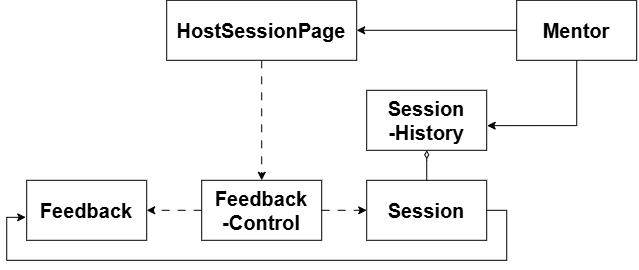
Above: docs/M4/assets/diagram/diagram-uc13.png in ladubiosacreatura/IF2150-RPL-K01-G09 (draw.io), before the change. Source tidied: cells renumbered, new cells last; positions are measured from the earlier drawing's top-left corner, leaving out a move shared by most shapes. Source of this version:
```xml
<mxGraphModel>
  <root>
    <mxCell id="0" />
    <mxCell id="1" parent="0" />
    <mxCell id="2" value="&lt;b&gt;&lt;font style=&quot;font-size: 20px;&quot;&gt;Session&lt;/font&gt;&lt;/b&gt;" style="rounded=0;whiteSpace=wrap;html=1;" parent="1" vertex="1">
      <mxGeometry x="360" y="180" width="120" height="60" as="geometry" />
    </mxCell>
    <mxCell id="3" style="edgeStyle=orthogonalEdgeStyle;rounded=0;jettySize=auto;html=1;" parent="1" edge="1" source="5" target="13">
      <mxGeometry relative="1" as="geometry" />
    </mxCell>
    <mxCell id="4" style="edgeStyle=orthogonalEdgeStyle;rounded=0;jettySize=auto;html=1;entryX=1.004;entryY=0.589;entryDx=0;entryDy=0;entryPerimeter=0;" parent="1" edge="1" source="5" target="7">
      <mxGeometry relative="1" as="geometry">
        <Array as="points">
          <mxPoint x="570" y="125.3" />
        </Array>
      </mxGeometry>
    </mxCell>
    <mxCell id="5" value="&lt;b&gt;&lt;font style=&quot;font-size: 20px;&quot;&gt;Mentor&lt;/font&gt;&lt;/b&gt;" style="rounded=0;whiteSpace=wrap;html=1;" parent="1" vertex="1">
      <mxGeometry x="510" width="120" height="60" as="geometry" />
    </mxCell>
    <mxCell id="6" style="edgeStyle=orthogonalEdgeStyle;rounded=0;jettySize=auto;html=1;startArrow=diamondThin;startFill=0;endArrow=none;endFill=0;" parent="1" edge="1" source="7" target="2">
      <mxGeometry relative="1" as="geometry">
        <Array as="points">
          <mxPoint x="420" y="160" />
          <mxPoint x="420" y="160" />
        </Array>
      </mxGeometry>
    </mxCell>
    <mxCell id="7" value="&lt;b&gt;&lt;font style=&quot;font-size: 20px;&quot;&gt;Session&lt;/font&gt;&lt;/b&gt;&lt;div&gt;&lt;b&gt;&lt;font style=&quot;font-size: 20px;&quot;&gt;-History&lt;/font&gt;&lt;/b&gt;&lt;/div&gt;" style="rounded=0;whiteSpace=wrap;html=1;" parent="1" vertex="1">
      <mxGeometry x="360" y="90" width="120" height="60" as="geometry" />
    </mxCell>
    <mxCell id="8" style="edgeStyle=orthogonalEdgeStyle;rounded=0;jettySize=auto;html=1;entryX=1;entryY=0.5;entryDx=0;entryDy=0;dashed=1;dashPattern=8 8;" parent="1" edge="1" source="10" target="11">
      <mxGeometry relative="1" as="geometry" />
    </mxCell>
    <mxCell id="9" style="edgeStyle=orthogonalEdgeStyle;rounded=0;jettySize=auto;html=1;entryX=0;entryY=0.5;entryDx=0;entryDy=0;dashed=1;dashPattern=8 8;" parent="1" edge="1" source="10" target="2">
      <mxGeometry relative="1" as="geometry" />
    </mxCell>
    <mxCell id="10" value="&lt;b&gt;&lt;font style=&quot;font-size: 20px;&quot;&gt;Feedback&lt;/font&gt;&lt;/b&gt;&lt;div&gt;&lt;b&gt;&lt;font style=&quot;font-size: 20px;&quot;&gt;-Control&lt;/font&gt;&lt;/b&gt;&lt;/div&gt;" style="rounded=0;whiteSpace=wrap;html=1;" parent="1" vertex="1">
      <mxGeometry x="195" y="180" width="120" height="60" as="geometry" />
    </mxCell>
    <mxCell id="11" value="&lt;span style=&quot;font-size: 20px;&quot;&gt;&lt;b&gt;Feedback&lt;/b&gt;&lt;/span&gt;" style="rounded=0;whiteSpace=wrap;html=1;" parent="1" vertex="1">
      <mxGeometry x="20" y="180" width="120" height="60" as="geometry" />
    </mxCell>
    <mxCell id="12" style="edgeStyle=orthogonalEdgeStyle;rounded=0;jettySize=auto;html=1;entryX=0.5;entryY=0;entryDx=0;entryDy=0;dashed=1;dashPattern=8 8;" parent="1" edge="1" source="13" target="10">
      <mxGeometry relative="1" as="geometry" />
    </mxCell>
    <mxCell id="13" value="&lt;b&gt;&lt;font style=&quot;font-size: 20px;&quot;&gt;HostSessionPage&lt;/font&gt;&lt;/b&gt;" style="rounded=0;whiteSpace=wrap;html=1;" parent="1" vertex="1">
      <mxGeometry x="160" width="190" height="60" as="geometry" />
    </mxCell>
    <mxCell id="14" style="edgeStyle=orthogonalEdgeStyle;rounded=0;jettySize=auto;html=1;entryX=-0.008;entryY=0.617;entryDx=0;entryDy=0;entryPerimeter=0;" parent="1" edge="1" source="2" target="11">
      <mxGeometry relative="1" as="geometry">
        <Array as="points">
          <mxPoint x="500" y="210" />
          <mxPoint x="500" y="260" />
          <mxPoint y="260" />
          <mxPoint y="217" />
        </Array>
      </mxGeometry>
    </mxCell>
  </root>
</mxGraphModel>
```
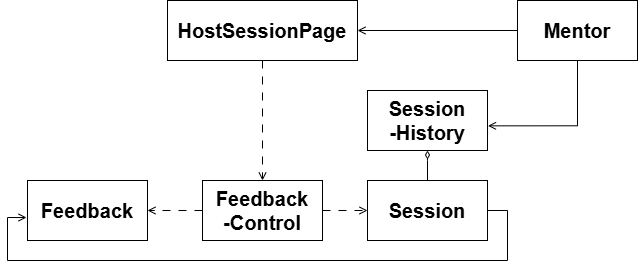
After the change.

Commit message:
chore: updated diagram uc03, uc13 pics

The edit, as a diff of the source:
```diff
@@ -5,10 +5,10 @@
     <mxCell id="2" value="&lt;b&gt;&lt;font style=&quot;font-size: 20px;&quot;&gt;Session&lt;/font&gt;&lt;/b&gt;" style="rounded=0;whiteSpace=wrap;html=1;" parent="1" vertex="1">
       <mxGeometry x="360" y="180" width="120" height="60" as="geometry" />
     </mxCell>
-    <mxCell id="3" style="edgeStyle=orthogonalEdgeStyle;rounded=0;jettySize=auto;html=1;" parent="1" edge="1" source="5" target="13">
+    <mxCell id="3" style="edgeStyle=orthogonalEdgeStyle;rounded=0;jettySize=auto;html=1;endArrow=open;endFill=0;" parent="1" edge="1" source="5" target="13">
       <mxGeometry relative="1" as="geometry" />
     </mxCell>
-    <mxCell id="4" style="edgeStyle=orthogonalEdgeStyle;rounded=0;jettySize=auto;html=1;entryX=1.004;entryY=0.589;entryDx=0;entryDy=0;entryPerimeter=0;" parent="1" edge="1" source="5" target="7">
+    <mxCell id="4" style="edgeStyle=orthogonalEdgeStyle;rounded=0;jettySize=auto;html=1;entryX=1.004;entryY=0.589;entryDx=0;entryDy=0;entryPerimeter=0;endArrow=open;endFill=0;" parent="1" edge="1" source="5" target="7">
       <mxGeometry relative="1" as="geometry">
         <Array as="points">
           <mxPoint x="570" y="125.3" />
@@ -29,10 +29,10 @@
     <mxCell id="7" value="&lt;b&gt;&lt;font style=&quot;font-size: 20px;&quot;&gt;Session&lt;/font&gt;&lt;/b&gt;&lt;div&gt;&lt;b&gt;&lt;font style=&quot;font-size: 20px;&quot;&gt;-History&lt;/font&gt;&lt;/b&gt;&lt;/div&gt;" style="rounded=0;whiteSpace=wrap;html=1;" parent="1" vertex="1">
       <mxGeometry x="360" y="90" width="120" height="60" as="geometry" />
     </mxCell>
-    <mxCell id="8" style="edgeStyle=orthogonalEdgeStyle;rounded=0;jettySize=auto;html=1;entryX=1;entryY=0.5;entryDx=0;entryDy=0;dashed=1;dashPattern=8 8;" parent="1" edge="1" source="10" target="11">
+    <mxCell id="8" style="edgeStyle=orthogonalEdgeStyle;rounded=0;jettySize=auto;html=1;entryX=1;entryY=0.5;entryDx=0;entryDy=0;dashed=1;dashPattern=8 8;endArrow=open;endFill=0;" parent="1" edge="1" source="10" target="11">
       <mxGeometry relative="1" as="geometry" />
     </mxCell>
-    <mxCell id="9" style="edgeStyle=orthogonalEdgeStyle;rounded=0;jettySize=auto;html=1;entryX=0;entryY=0.5;entryDx=0;entryDy=0;dashed=1;dashPattern=8 8;" parent="1" edge="1" source="10" target="2">
+    <mxCell id="9" style="edgeStyle=orthogonalEdgeStyle;rounded=0;jettySize=auto;html=1;entryX=0;entryY=0.5;entryDx=0;entryDy=0;dashed=1;dashPattern=8 8;endArrow=open;endFill=0;" parent="1" edge="1" source="10" target="2">
       <mxGeometry relative="1" as="geometry" />
     </mxCell>
     <mxCell id="10" value="&lt;b&gt;&lt;font style=&quot;font-size: 20px;&quot;&gt;Feedback&lt;/font&gt;&lt;/b&gt;&lt;div&gt;&lt;b&gt;&lt;font style=&quot;font-size: 20px;&quot;&gt;-Control&lt;/font&gt;&lt;/b&gt;&lt;/div&gt;" style="rounded=0;whiteSpace=wrap;html=1;" parent="1" vertex="1">
@@ -41,13 +41,13 @@
     <mxCell id="11" value="&lt;span style=&quot;font-size: 20px;&quot;&gt;&lt;b&gt;Feedback&lt;/b&gt;&lt;/span&gt;" style="rounded=0;whiteSpace=wrap;html=1;" parent="1" vertex="1">
       <mxGeometry x="20" y="180" width="120" height="60" as="geometry" />
     </mxCell>
-    <mxCell id="12" style="edgeStyle=orthogonalEdgeStyle;rounded=0;jettySize=auto;html=1;entryX=0.5;entryY=0;entryDx=0;entryDy=0;dashed=1;dashPattern=8 8;" parent="1" edge="1" source="13" target="10">
+    <mxCell id="12" style="edgeStyle=orthogonalEdgeStyle;rounded=0;jettySize=auto;html=1;entryX=0.5;entryY=0;entryDx=0;entryDy=0;dashed=1;dashPattern=8 8;endArrow=open;endFill=0;" parent="1" edge="1" source="13" target="10">
       <mxGeometry relative="1" as="geometry" />
     </mxCell>
     <mxCell id="13" value="&lt;b&gt;&lt;font style=&quot;font-size: 20px;&quot;&gt;HostSessionPage&lt;/font&gt;&lt;/b&gt;" style="rounded=0;whiteSpace=wrap;html=1;" parent="1" vertex="1">
       <mxGeometry x="160" width="190" height="60" as="geometry" />
     </mxCell>
-    <mxCell id="14" style="edgeStyle=orthogonalEdgeStyle;rounded=0;jettySize=auto;html=1;entryX=-0.008;entryY=0.617;entryDx=0;entryDy=0;entryPerimeter=0;" parent="1" edge="1" source="2" target="11">
+    <mxCell id="14" style="edgeStyle=orthogonalEdgeStyle;rounded=0;jettySize=auto;html=1;entryX=-0.008;entryY=0.617;entryDx=0;entryDy=0;entryPerimeter=0;endArrow=open;endFill=0;" parent="1" edge="1" source="2" target="11">
       <mxGeometry relative="1" as="geometry">
         <Array as="points">
           <mxPoint x="500" y="210" />
```
